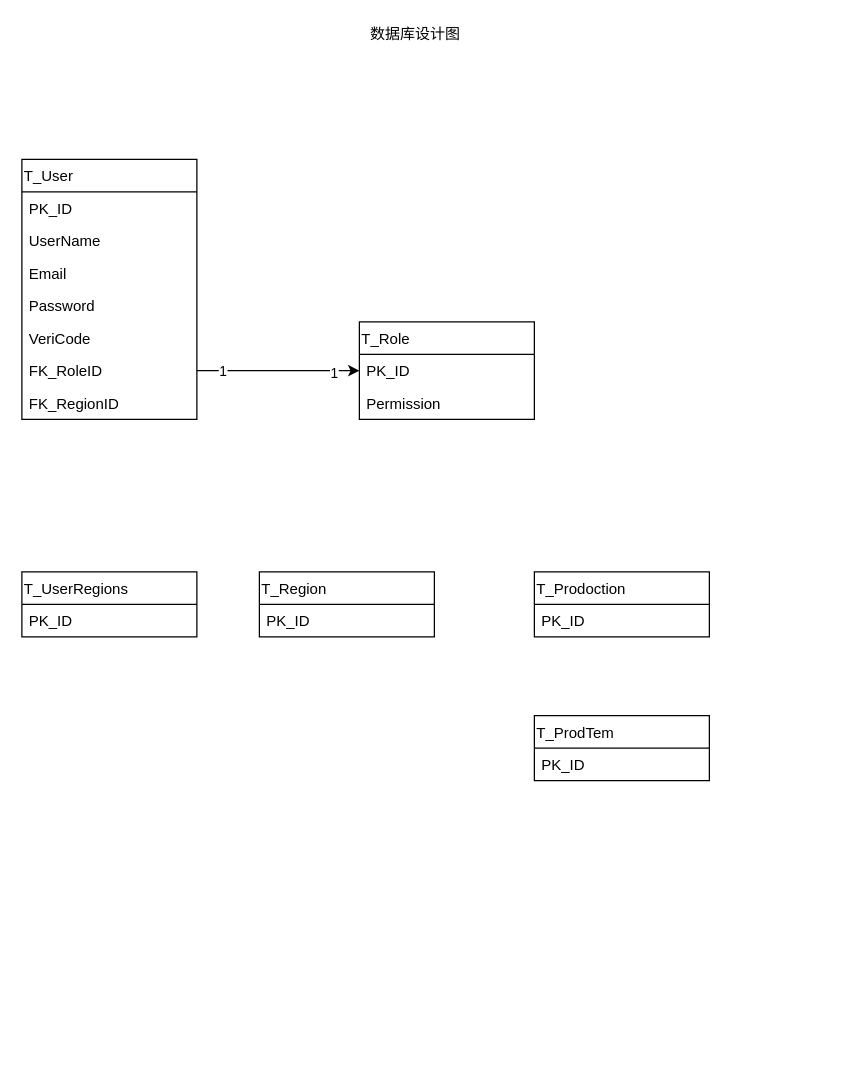
The draw.io diagram page "数据库设计" (3 of 3) of SystemArch.drawio in wisdomLei/FakeMicroBlog, before the edit. Source tidied: cells renumbered, new cells numbered last; positions are measured from the earlier drawing's top-left corner, leaving out a move shared by most shapes. Both pictures are drawn from the tidied source at 125%, with x=0, y=0 at pixel (21, 21).
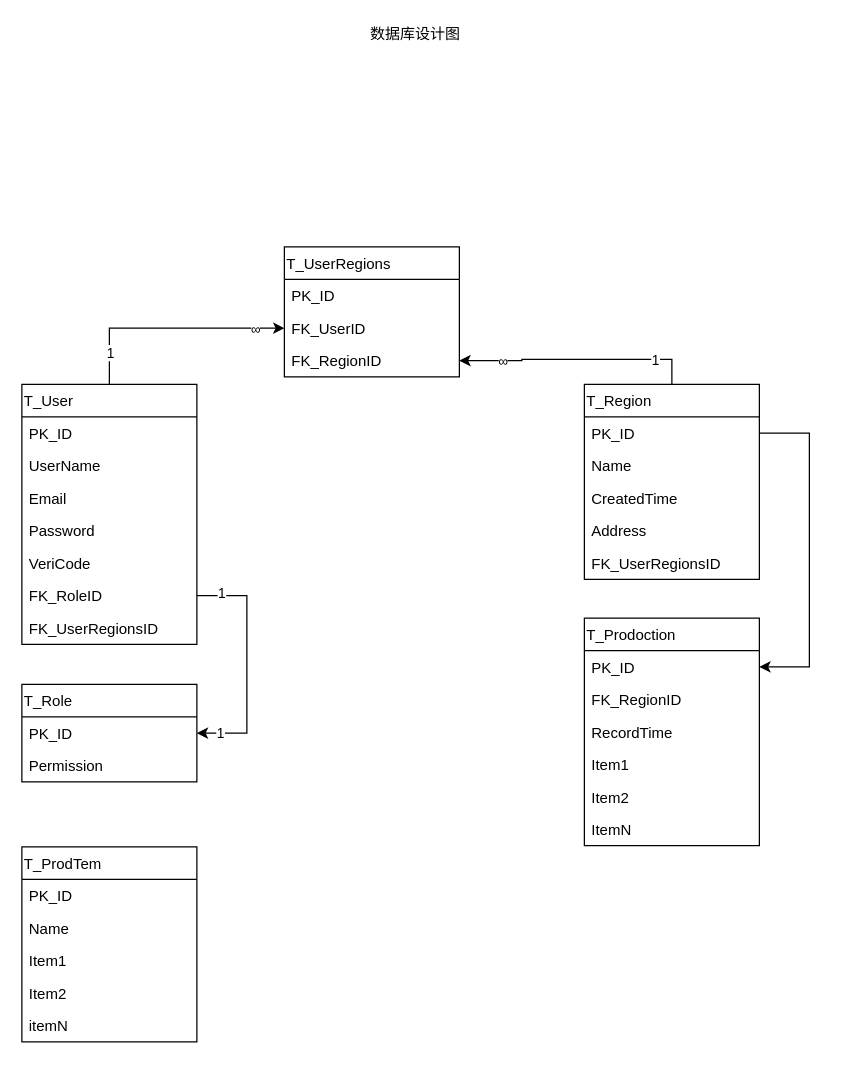
Above is the later version.

Commit message:
添加数据库设计

The change refers to these unchanged cells:
```xml
<mxCell id="9" value="FK_RoleID" style="text;strokeColor=none;fillColor=none;align=left;verticalAlign=top;spacingLeft=4;spacingRight=4;overflow=hidden;points=[[0,0.5],[1,0.5]];portConstraint=eastwest;" parent="3" vertex="1">
  <mxGeometry y="156" width="140" height="26" as="geometry" />
</mxCell>
<mxCell id="12" value="PK_ID" style="text;strokeColor=none;fillColor=none;align=left;verticalAlign=top;spacingLeft=4;spacingRight=4;overflow=hidden;points=[[0,0.5],[1,0.5]];portConstraint=eastwest;" parent="11" vertex="1">
  <mxGeometry y="26" width="140" height="26" as="geometry" />
</mxCell>
<mxCell id="18" value="PK_ID" style="text;strokeColor=none;fillColor=none;align=left;verticalAlign=top;spacingLeft=4;spacingRight=4;overflow=hidden;points=[[0,0.5],[1,0.5]];portConstraint=eastwest;" parent="17" vertex="1">
  <mxGeometry y="26" width="140" height="26" as="geometry" />
</mxCell>
<mxCell id="20" value="PK_ID" style="text;strokeColor=none;fillColor=none;align=left;verticalAlign=top;spacingLeft=4;spacingRight=4;overflow=hidden;points=[[0,0.5],[1,0.5]];portConstraint=eastwest;" parent="19" vertex="1">
  <mxGeometry y="26" width="140" height="26" as="geometry" />
</mxCell>
```

What changed in the source:
```diff
@@
     <mxCell id="3" value="T_User" style="swimlane;fontStyle=0;horizontal=1;startSize=26;fillColor=none;align=left;" parent="1" vertex="1">
-      <mxGeometry y="110" width="140" height="208" as="geometry" />
+      <mxGeometry y="290" width="140" height="208" as="geometry" />
     </mxCell>
@@
-    <mxCell id="10" value="FK_RegionID" style="text;strokeColor=none;fillColor=none;align=left;verticalAlign=top;spacingLeft=4;spacingRight=4;overflow=hidden;" parent="3" vertex="1">
+    <mxCell id="10" value="FK_UserRegionsID" style="text;strokeColor=none;fillColor=none;align=left;verticalAlign=top;spacingLeft=4;spacingRight=4;overflow=hidden;" parent="3" vertex="1">
       <mxGeometry y="182" width="140" height="26" as="geometry" />
     </mxCell>
     <mxCell id="11" value="T_Role" style="swimlane;fontStyle=0;horizontal=1;startSize=26;fillColor=none;align=left;" parent="1" vertex="1">
-      <mxGeometry x="270" y="240" width="140" height="78" as="geometry" />
+      <mxGeometry y="530" width="140" height="78" as="geometry" />
     </mxCell>
@@
-    <mxCell id="14" style="edgeStyle=orthogonalEdgeStyle;rounded=0;jettySize=auto;html=1;exitX=1;exitY=0.5;exitDx=0;exitDy=0;entryX=0;entryY=0.5;entryDx=0;entryDy=0;" parent="1" edge="1" source="9" target="12">
-      <mxGeometry relative="1" as="geometry" />
+    <mxCell id="14" style="edgeStyle=orthogonalEdgeStyle;rounded=0;jettySize=auto;html=1;exitX=1;exitY=0.5;exitDx=0;exitDy=0;entryX=1;entryY=0.5;entryDx=0;entryDy=0;" parent="1" edge="1" source="9" target="12">
+      <mxGeometry relative="1" as="geometry">
+        <Array as="points">
+          <mxPoint x="180" y="459" />
+          <mxPoint x="180" y="569" />
+        </Array>
+      </mxGeometry>
     </mxCell>
-    <mxCell id="15" value="1" style="edgeLabel;html=1;align=center;verticalAlign=middle;" parent="14" vertex="1">
-      <mxGeometry x="-0.25" y="1" relative="1" as="geometry">
-        <mxPoint x="-29" y="1" as="offset" />
-      </mxGeometry>
-    </mxCell>
     <mxCell id="16" value="1" style="edgeLabel;html=1;align=center;verticalAlign=middle;" parent="14" vertex="1">
-      <mxGeometry x="0.68" y="-1" relative="1" as="geometry" />
+      <mxGeometry x="0.68" y="-1" relative="1" as="geometry">
+        <mxPoint x="-12" as="offset" />
+      </mxGeometry>
     </mxCell>
+    <mxCell id="25" value="1" style="edgeLabel;html=1;align=center;verticalAlign=middle;" parent="14" vertex="1">
+      <mxGeometry x="-0.85" y="3" relative="1" as="geometry">
+        <mxPoint x="5.6" as="offset" />
+      </mxGeometry>
+    </mxCell>
     <mxCell id="17" value="T_Prodoction" style="swimlane;fontStyle=0;horizontal=1;startSize=26;fillColor=none;align=left;" parent="1" vertex="1">
-      <mxGeometry x="410" y="440" width="140" height="52" as="geometry" />
+      <mxGeometry x="450" y="477" width="140" height="182" as="geometry" />
     </mxCell>
@@
+    <mxCell id="26" value="FK_RegionID" style="text;strokeColor=none;fillColor=none;align=left;verticalAlign=top;spacingLeft=4;spacingRight=4;overflow=hidden;" parent="17" vertex="1">
+      <mxGeometry y="52" width="140" height="26" as="geometry" />
+    </mxCell>
+    <mxCell id="27" value="RecordTime" style="text;strokeColor=none;fillColor=none;align=left;verticalAlign=top;spacingLeft=4;spacingRight=4;overflow=hidden;" parent="17" vertex="1">
+      <mxGeometry y="78" width="140" height="26" as="geometry" />
+    </mxCell>
+    <mxCell id="28" value="Item1" style="text;strokeColor=none;fillColor=none;align=left;verticalAlign=top;spacingLeft=4;spacingRight=4;overflow=hidden;" parent="17" vertex="1">
+      <mxGeometry y="104" width="140" height="26" as="geometry" />
+    </mxCell>
+    <mxCell id="29" value="Item2" style="text;strokeColor=none;fillColor=none;align=left;verticalAlign=top;spacingLeft=4;spacingRight=4;overflow=hidden;" parent="17" vertex="1">
+      <mxGeometry y="130" width="140" height="26" as="geometry" />
+    </mxCell>
+    <mxCell id="30" value="ItemN" style="text;strokeColor=none;fillColor=none;align=left;verticalAlign=top;spacingLeft=4;spacingRight=4;overflow=hidden;" parent="17" vertex="1">
+      <mxGeometry y="156" width="140" height="26" as="geometry" />
+    </mxCell>
     <mxCell id="19" value="T_Region" style="swimlane;fontStyle=0;horizontal=1;startSize=26;fillColor=none;align=left;" parent="1" vertex="1">
-      <mxGeometry x="190" y="440" width="140" height="52" as="geometry" />
+      <mxGeometry x="450" y="290" width="140" height="156" as="geometry" />
     </mxCell>
@@
+    <mxCell id="31" value="Name" style="text;strokeColor=none;fillColor=none;align=left;verticalAlign=top;spacingLeft=4;spacingRight=4;overflow=hidden;" parent="19" vertex="1">
+      <mxGeometry y="52" width="140" height="26" as="geometry" />
+    </mxCell>
+    <mxCell id="32" value="CreatedTime" style="text;strokeColor=none;fillColor=none;align=left;verticalAlign=top;spacingLeft=4;spacingRight=4;overflow=hidden;" parent="19" vertex="1">
+      <mxGeometry y="78" width="140" height="26" as="geometry" />
+    </mxCell>
+    <mxCell id="33" value="Address" style="text;strokeColor=none;fillColor=none;align=left;verticalAlign=top;spacingLeft=4;spacingRight=4;overflow=hidden;" parent="19" vertex="1">
+      <mxGeometry y="104" width="140" height="26" as="geometry" />
+    </mxCell>
+    <mxCell id="34" value="FK_UserRegionsID" style="text;strokeColor=none;fillColor=none;align=left;verticalAlign=top;spacingLeft=4;spacingRight=4;overflow=hidden;" parent="19" vertex="1">
+      <mxGeometry y="130" width="140" height="26" as="geometry" />
+    </mxCell>
     <mxCell id="21" value="T_UserRegions" style="swimlane;fontStyle=0;horizontal=1;startSize=26;fillColor=none;align=left;" parent="1" vertex="1">
-      <mxGeometry y="440" width="140" height="52" as="geometry" />
+      <mxGeometry x="210" y="180" width="140" height="104" as="geometry" />
     </mxCell>
@@
+    <mxCell id="35" value="FK_UserID" style="text;strokeColor=none;fillColor=none;align=left;verticalAlign=top;spacingLeft=4;spacingRight=4;overflow=hidden;points=[[0,0.5],[1,0.5]];portConstraint=eastwest;" parent="21" vertex="1">
+      <mxGeometry y="52" width="140" height="26" as="geometry" />
+    </mxCell>
+    <mxCell id="36" value="FK_RegionID" style="text;strokeColor=none;fillColor=none;align=left;verticalAlign=top;spacingLeft=4;spacingRight=4;overflow=hidden;points=[[0,0.5],[1,0.5]];portConstraint=eastwest;" parent="21" vertex="1">
+      <mxGeometry y="78" width="140" height="26" as="geometry" />
+    </mxCell>
     <mxCell id="23" value="T_ProdTem" style="swimlane;fontStyle=0;horizontal=1;startSize=26;fillColor=none;align=left;" parent="1" vertex="1">
-      <mxGeometry x="410" y="555" width="140" height="52" as="geometry" />
+      <mxGeometry y="660" width="140" height="156" as="geometry" />
     </mxCell>
@@
+    <mxCell id="37" value="Name" style="text;strokeColor=none;fillColor=none;align=left;verticalAlign=top;spacingLeft=4;spacingRight=4;overflow=hidden;" parent="23" vertex="1">
+      <mxGeometry y="52" width="140" height="26" as="geometry" />
+    </mxCell>
+    <mxCell id="38" value="Item1" style="text;strokeColor=none;fillColor=none;align=left;verticalAlign=top;spacingLeft=4;spacingRight=4;overflow=hidden;" parent="23" vertex="1">
+      <mxGeometry y="78" width="140" height="26" as="geometry" />
+    </mxCell>
+    <mxCell id="39" value="Item2" style="text;strokeColor=none;fillColor=none;align=left;verticalAlign=top;spacingLeft=4;spacingRight=4;overflow=hidden;" parent="23" vertex="1">
+      <mxGeometry y="104" width="140" height="26" as="geometry" />
+    </mxCell>
+    <mxCell id="40" value="itemN" style="text;strokeColor=none;fillColor=none;align=left;verticalAlign=top;spacingLeft=4;spacingRight=4;overflow=hidden;" parent="23" vertex="1">
+      <mxGeometry y="130" width="140" height="26" as="geometry" />
+    </mxCell>
+    <mxCell id="41" style="edgeStyle=orthogonalEdgeStyle;rounded=0;jettySize=auto;html=1;exitX=0.5;exitY=0;exitDx=0;exitDy=0;entryX=0;entryY=0.5;entryDx=0;entryDy=0;" parent="1" edge="1" source="3" target="35">
+      <mxGeometry relative="1" as="geometry">
+        <Array as="points">
+          <mxPoint x="70" y="245" />
+        </Array>
+      </mxGeometry>
+    </mxCell>
+    <mxCell id="42" value="1" style="edgeLabel;html=1;align=center;verticalAlign=middle;" parent="41" vertex="1">
+      <mxGeometry x="-0.72" relative="1" as="geometry" />
+    </mxCell>
+    <mxCell id="43" value="∞" style="edgeLabel;html=1;align=center;verticalAlign=middle;" parent="41" vertex="1">
+      <mxGeometry x="0.74" relative="1" as="geometry" />
+    </mxCell>
+    <mxCell id="44" style="edgeStyle=orthogonalEdgeStyle;rounded=0;jettySize=auto;html=1;exitX=0.5;exitY=0;exitDx=0;exitDy=0;entryX=1;entryY=0.5;entryDx=0;entryDy=0;" parent="1" edge="1" source="19" target="36">
+      <mxGeometry relative="1" as="geometry" />
+    </mxCell>
+    <mxCell id="45" value="∞" style="edgeLabel;html=1;align=center;verticalAlign=middle;" parent="44" vertex="1">
+      <mxGeometry x="0.73" relative="1" as="geometry">
+        <mxPoint x="8.9" as="offset" />
+      </mxGeometry>
+    </mxCell>
+    <mxCell id="46" value="1" style="edgeLabel;html=1;align=center;verticalAlign=middle;" parent="44" vertex="1">
+      <mxGeometry x="-0.75" relative="1" as="geometry">
+        <mxPoint x="-10" as="offset" />
+      </mxGeometry>
+    </mxCell>
+    <mxCell id="47" style="edgeStyle=orthogonalEdgeStyle;rounded=0;jettySize=auto;html=1;exitX=1;exitY=0.5;exitDx=0;exitDy=0;entryX=1;entryY=0.5;entryDx=0;entryDy=0;" parent="1" edge="1" source="20" target="18">
+      <mxGeometry relative="1" as="geometry">
+        <Array as="points">
+          <mxPoint x="630" y="329" />
+          <mxPoint x="630" y="516" />
+        </Array>
+      </mxGeometry>
+    </mxCell>
```
